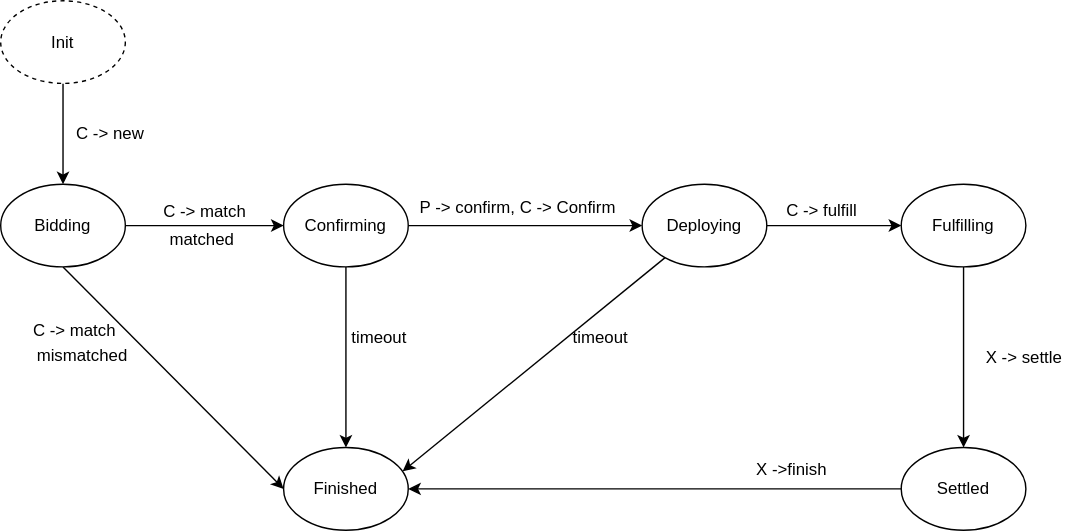
Earlier version of the draw.io export docs/defaas-docs/defaas-imgs/Deployment-FSM.svg (BangHonor/DeFaaS). Source tidied: cells renumbered, new cells last; positions are measured from the earlier drawing's top-left corner, leaving out a move shared by most shapes.
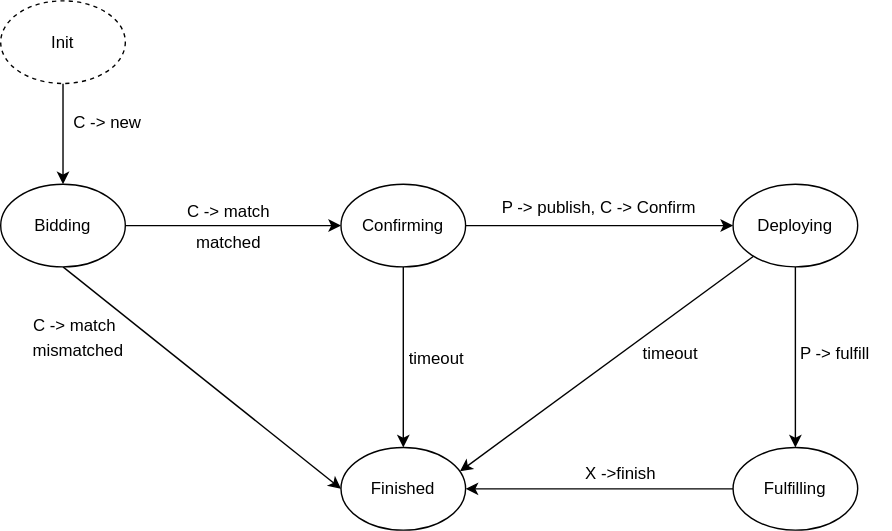
After the commit.

Change to the diagram source:
```diff
@@ -2,26 +2,20 @@
   <root>
     <mxCell id="0" />
     <mxCell id="1" parent="0" />
-    <mxCell id="2" style="edgeStyle=none;rounded=0;jettySize=auto;html=1;entryX=0.5;entryY=0;entryDx=0;entryDy=0;" parent="1" edge="1" source="3" target="14">
+    <mxCell id="2" style="edgeStyle=orthogonalEdgeStyle;rounded=0;jettySize=auto;html=1;entryX=0.5;entryY=0;entryDx=0;entryDy=0;" parent="1" edge="1" source="3" target="14">
       <mxGeometry relative="1" as="geometry" />
     </mxCell>
     <mxCell id="3" value="Init" style="ellipse;whiteSpace=wrap;html=1;dashed=1;" parent="1" vertex="1">
-      <mxGeometry width="89" height="59" as="geometry" />
+      <mxGeometry x="-41" width="89" height="59" as="geometry" />
     </mxCell>
-    <mxCell id="4" style="edgeStyle=orthogonalEdgeStyle;rounded=0;jettySize=auto;html=1;" parent="1" edge="1" source="5" target="16">
-      <mxGeometry relative="1" as="geometry" />
-    </mxCell>
-    <mxCell id="5" value="Fulfilling" style="ellipse;whiteSpace=wrap;html=1;" parent="1" vertex="1">
-      <mxGeometry x="643" y="131" width="89" height="59" as="geometry" />
-    </mxCell>
-    <mxCell id="6" style="edgeStyle=orthogonalEdgeStyle;rounded=0;jettySize=auto;html=1;entryX=0;entryY=0.5;entryDx=0;entryDy=0;" parent="1" edge="1" source="8" target="5">
-      <mxGeometry relative="1" as="geometry" />
-    </mxCell>
     <mxCell id="7" style="edgeStyle=none;rounded=0;jettySize=auto;html=1;entryX=0.955;entryY=0.288;entryDx=0;entryDy=0;entryPerimeter=0;" parent="1" edge="1" source="8" target="22">
       <mxGeometry relative="1" as="geometry" />
     </mxCell>
+    <mxCell id="30" style="edgeStyle=orthogonalEdgeStyle;rounded=0;jettySize=auto;html=1;entryX=0.5;entryY=0;entryDx=0;entryDy=0;" parent="1" edge="1" source="8" target="16">
+      <mxGeometry relative="1" as="geometry" />
+    </mxCell>
     <mxCell id="8" value="Deploying" style="ellipse;whiteSpace=wrap;html=1;" parent="1" vertex="1">
-      <mxGeometry x="458" y="131" width="89" height="59" as="geometry" />
+      <mxGeometry x="482" y="131" width="89" height="59" as="geometry" />
     </mxCell>
     <mxCell id="9" style="edgeStyle=orthogonalEdgeStyle;rounded=0;jettySize=auto;html=1;" parent="1" edge="1" source="11" target="8">
       <mxGeometry relative="1" as="geometry" />
@@ -39,52 +33,52 @@
       <mxGeometry relative="1" as="geometry" />
     </mxCell>
     <mxCell id="14" value="Bidding" style="ellipse;whiteSpace=wrap;html=1;" parent="1" vertex="1">
-      <mxGeometry y="131" width="89" height="59" as="geometry" />
+      <mxGeometry x="-41" y="131" width="89" height="59" as="geometry" />
     </mxCell>
     <mxCell id="15" style="edgeStyle=orthogonalEdgeStyle;rounded=0;jettySize=auto;html=1;" parent="1" edge="1" source="16" target="22">
       <mxGeometry relative="1" as="geometry" />
     </mxCell>
-    <mxCell id="16" value="Settled" style="ellipse;whiteSpace=wrap;html=1;" parent="1" vertex="1">
-      <mxGeometry x="643" y="319" width="89" height="59" as="geometry" />
+    <mxCell id="16" value="Fulfilling" style="ellipse;whiteSpace=wrap;html=1;" parent="1" vertex="1">
+      <mxGeometry x="482" y="319" width="89" height="59" as="geometry" />
     </mxCell>
     <mxCell id="17" value="C -&amp;gt; new" style="text;html=1;strokeColor=none;fillColor=none;align=center;verticalAlign=middle;whiteSpace=wrap;rounded=0;" parent="1" vertex="1">
-      <mxGeometry x="47" y="85" width="63" height="20" as="geometry" />
+      <mxGeometry x="4" y="77" width="63" height="20" as="geometry" />
     </mxCell>
     <mxCell id="18" value="C -&amp;gt; match" style="text;html=1;strokeColor=none;fillColor=none;align=center;verticalAlign=middle;whiteSpace=wrap;rounded=0;" parent="1" vertex="1">
-      <mxGeometry x="115" y="140" width="62" height="21" as="geometry" />
+      <mxGeometry x="91" y="140" width="62" height="21" as="geometry" />
     </mxCell>
-    <mxCell id="19" value="P -&amp;gt; confirm, C -&amp;gt; Confirm" style="text;html=1;strokeColor=none;fillColor=none;align=center;verticalAlign=middle;whiteSpace=wrap;rounded=0;" parent="1" vertex="1">
-      <mxGeometry x="293" y="134" width="153" height="27" as="geometry" />
+    <mxCell id="19" value="P -&amp;gt; publish, C -&amp;gt; Confirm" style="text;html=1;strokeColor=none;fillColor=none;align=center;verticalAlign=middle;whiteSpace=wrap;rounded=0;" parent="1" vertex="1">
+      <mxGeometry x="310" y="134" width="153" height="27" as="geometry" />
     </mxCell>
-    <mxCell id="20" value="C -&amp;gt; fulfill" style="text;html=1;strokeColor=none;fillColor=none;align=center;verticalAlign=middle;whiteSpace=wrap;rounded=0;" parent="1" vertex="1">
-      <mxGeometry x="557" y="141" width="59" height="17" as="geometry" />
-    </mxCell>
-    <mxCell id="21" value="X -&amp;gt; settle" style="text;html=1;strokeColor=none;fillColor=none;align=center;verticalAlign=middle;whiteSpace=wrap;rounded=0;" parent="1" vertex="1">
-      <mxGeometry x="699" y="244" width="64" height="21" as="geometry" />
-    </mxCell>
     <mxCell id="22" value="Finished" style="ellipse;whiteSpace=wrap;html=1;" parent="1" vertex="1">
       <mxGeometry x="202" y="319" width="89" height="59" as="geometry" />
     </mxCell>
     <mxCell id="23" value="X -&amp;gt;finish" style="text;html=1;strokeColor=none;fillColor=none;align=center;verticalAlign=middle;whiteSpace=wrap;rounded=0;" parent="1" vertex="1">
-      <mxGeometry x="525" y="321" width="80" height="27" as="geometry" />
+      <mxGeometry x="362" y="324" width="80" height="27" as="geometry" />
     </mxCell>
     <mxCell id="24" value="matched" style="text;html=1;strokeColor=none;fillColor=none;align=center;verticalAlign=middle;whiteSpace=wrap;rounded=0;" parent="1" vertex="1">
-      <mxGeometry x="124" y="161" width="40" height="20" as="geometry" />
+      <mxGeometry x="102" y="163" width="40" height="20" as="geometry" />
     </mxCell>
     <mxCell id="25" value="C -&amp;gt; match" style="text;html=1;strokeColor=none;fillColor=none;align=center;verticalAlign=middle;whiteSpace=wrap;rounded=0;" parent="1" vertex="1">
-      <mxGeometry x="22" y="225" width="62" height="21" as="geometry" />
+      <mxGeometry x="-19" y="221" width="62" height="21" as="geometry" />
     </mxCell>
     <mxCell id="26" value="mismatched" style="text;html=1;strokeColor=none;fillColor=none;align=center;verticalAlign=middle;whiteSpace=wrap;rounded=0;" parent="1" vertex="1">
-      <mxGeometry x="19" y="242" width="79" height="23" as="geometry" />
+      <mxGeometry x="-25" y="238" width="79" height="23" as="geometry" />
     </mxCell>
     <mxCell id="27" value="timeout" style="text;html=1;strokeColor=none;fillColor=none;align=center;verticalAlign=middle;whiteSpace=wrap;rounded=0;" parent="1" vertex="1">
-      <mxGeometry x="245" y="231" width="51" height="19" as="geometry" />
+      <mxGeometry x="245" y="246" width="51" height="19" as="geometry" />
     </mxCell>
     <mxCell id="28" value="timeout" style="text;html=1;strokeColor=none;fillColor=none;align=center;verticalAlign=middle;whiteSpace=wrap;rounded=0;" parent="1" vertex="1">
-      <mxGeometry x="403" y="231" width="51" height="19" as="geometry" />
+      <mxGeometry x="412" y="242" width="51" height="19" as="geometry" />
     </mxCell>
-    <mxCell id="29" style="edgeStyle=none;rounded=0;orthogonalLoop=1;jettySize=auto;html=1;exitX=0.5;exitY=1;exitDx=0;exitDy=0;" parent="1" edge="1" source="21" target="21">
-      <mxGeometry relative="1" as="geometry" />
+    <mxCell id="29" style="edgeStyle=none;rounded=0;orthogonalLoop=1;jettySize=auto;html=1;exitX=0.5;exitY=1;exitDx=0;exitDy=0;" parent="1" edge="1">
+      <mxGeometry relative="1" as="geometry">
+        <mxPoint x="559" y="227" as="sourcePoint" />
+        <mxPoint x="559" y="227" as="targetPoint" />
+      </mxGeometry>
     </mxCell>
+    <mxCell id="31" value="P -&amp;gt; fulfill" style="text;html=1;strokeColor=none;fillColor=none;align=center;verticalAlign=middle;whiteSpace=wrap;rounded=0;" parent="1" vertex="1">
+      <mxGeometry x="515" y="238" width="80" height="27" as="geometry" />
+    </mxCell>
   </root>
 </mxGraphModel>
```
